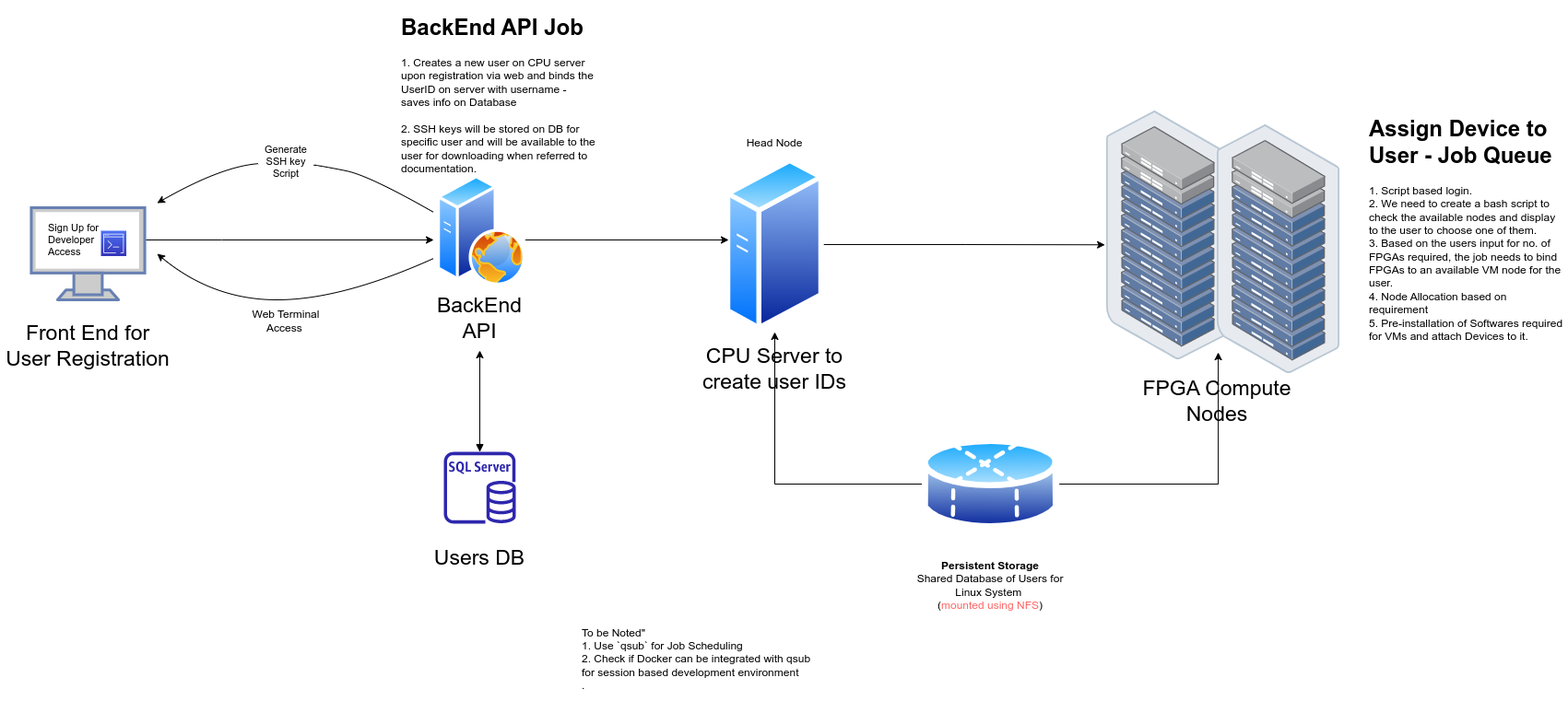
Before: Intel DevCloud Flow.drawio.png, a diagram exported from draw.io (belanasaikiran/FlowCharts). Source tidied: cells renumbered, new cells last; positions are measured from the earlier drawing's top-left corner, leaving out a move shared by most shapes.
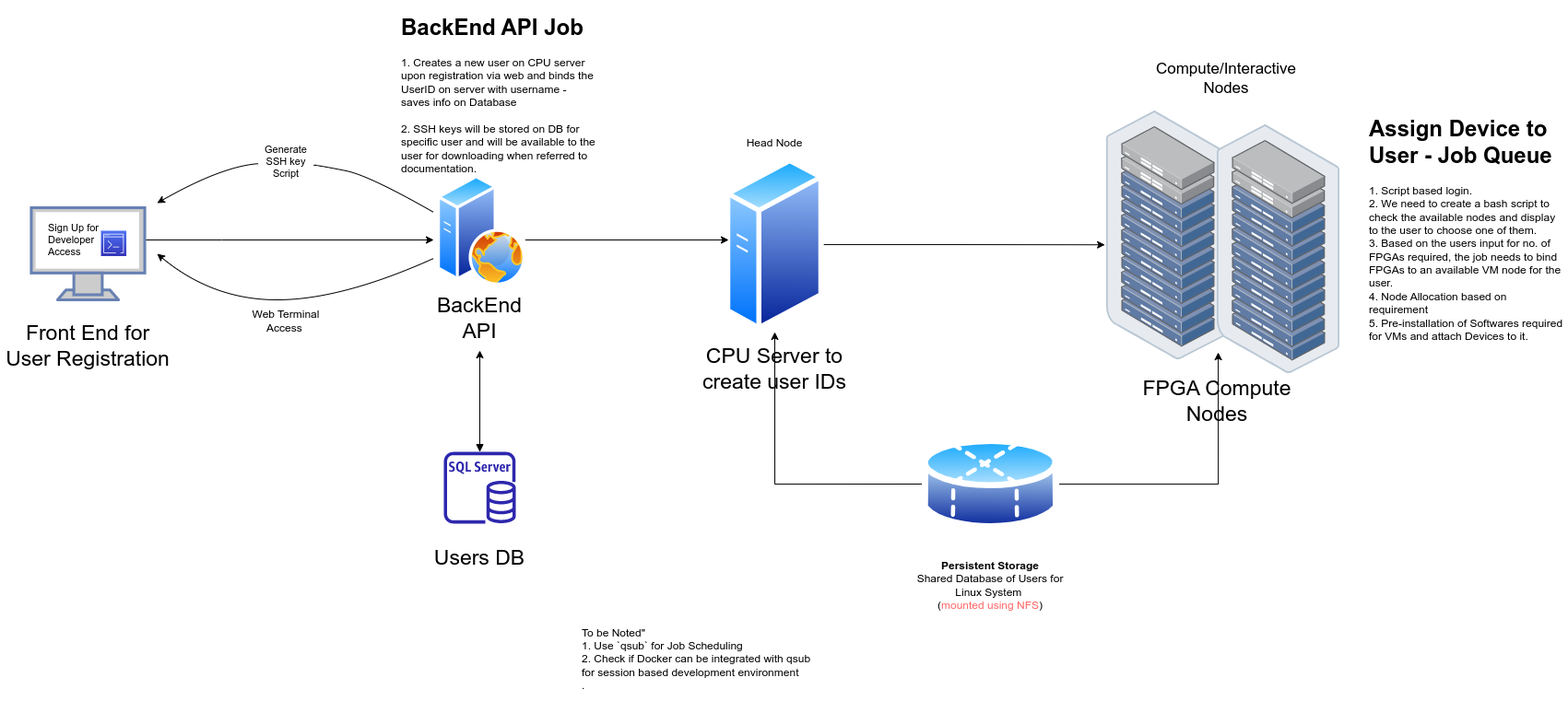
The same file after the commit.

Diff of the diagram source:
```diff
@@ -138,5 +138,8 @@
     <mxCell id="36" value="Head Node" style="text;html=1;strokeColor=none;fillColor=none;align=center;verticalAlign=middle;whiteSpace=wrap;rounded=0;" parent="1" vertex="1">
       <mxGeometry x="795" y="130" width="90" height="30" as="geometry" />
     </mxCell>
+    <mxCell id="37" value="&lt;font style=&quot;font-size: 17px;&quot;&gt;Compute/Interactive Nodes&lt;/font&gt;" style="text;html=1;strokeColor=none;fillColor=none;align=center;verticalAlign=middle;whiteSpace=wrap;rounded=0;" parent="1" vertex="1">
+      <mxGeometry x="1260" y="60" width="140" height="30" as="geometry" />
+    </mxCell>
   </root>
 </mxGraphModel>
```
